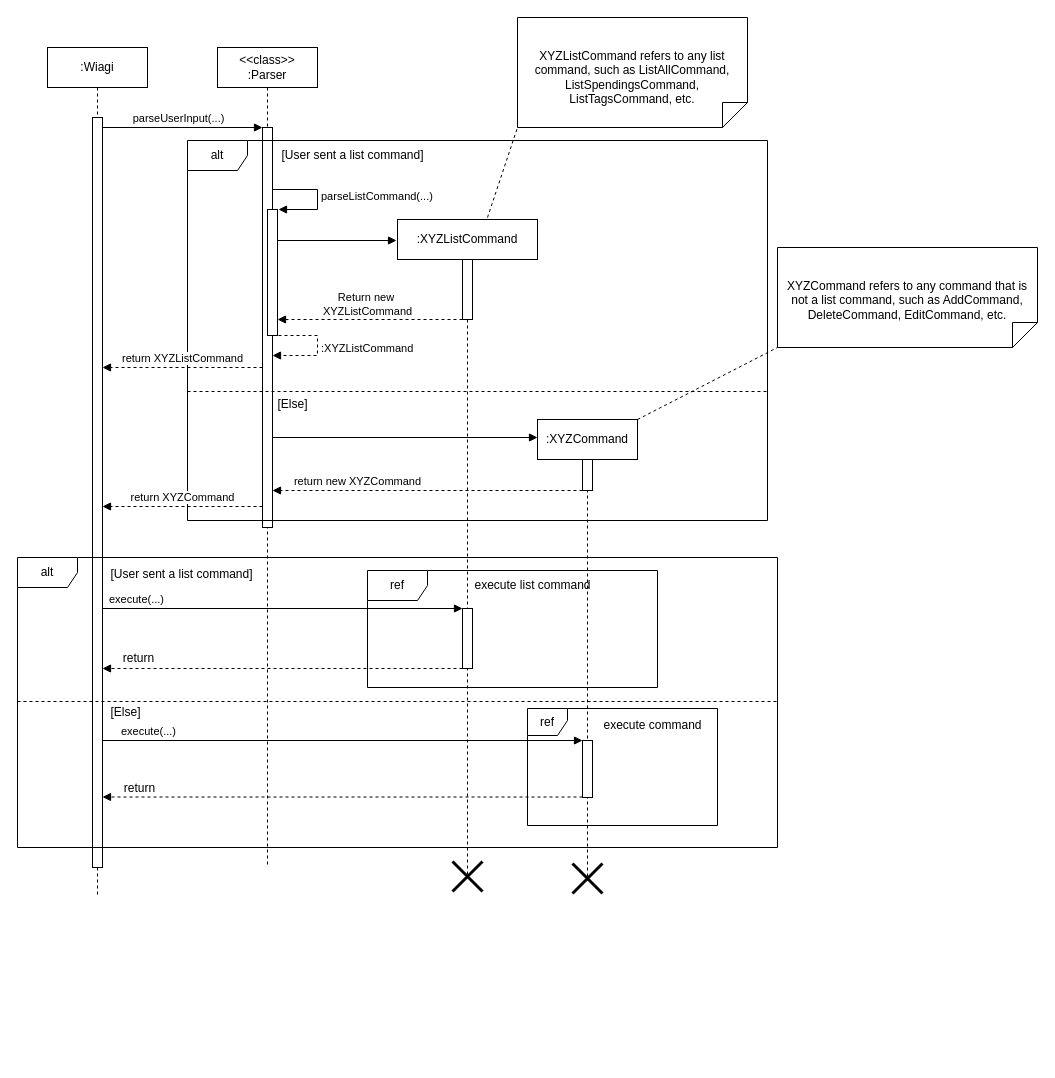
Above: docs/Diagrams/Commands/commandHandling.drawio in wongwh2002/CS2113TeamProject (draw.io), before the change. Source tidied: cells renumbered, new cells numbered last; positions are measured from the earlier drawing's top-left corner, leaving out a move shared by most shapes. Both pictures are drawn from the tidied source at 100%, with x=0, y=0 at pixel (17, 17).
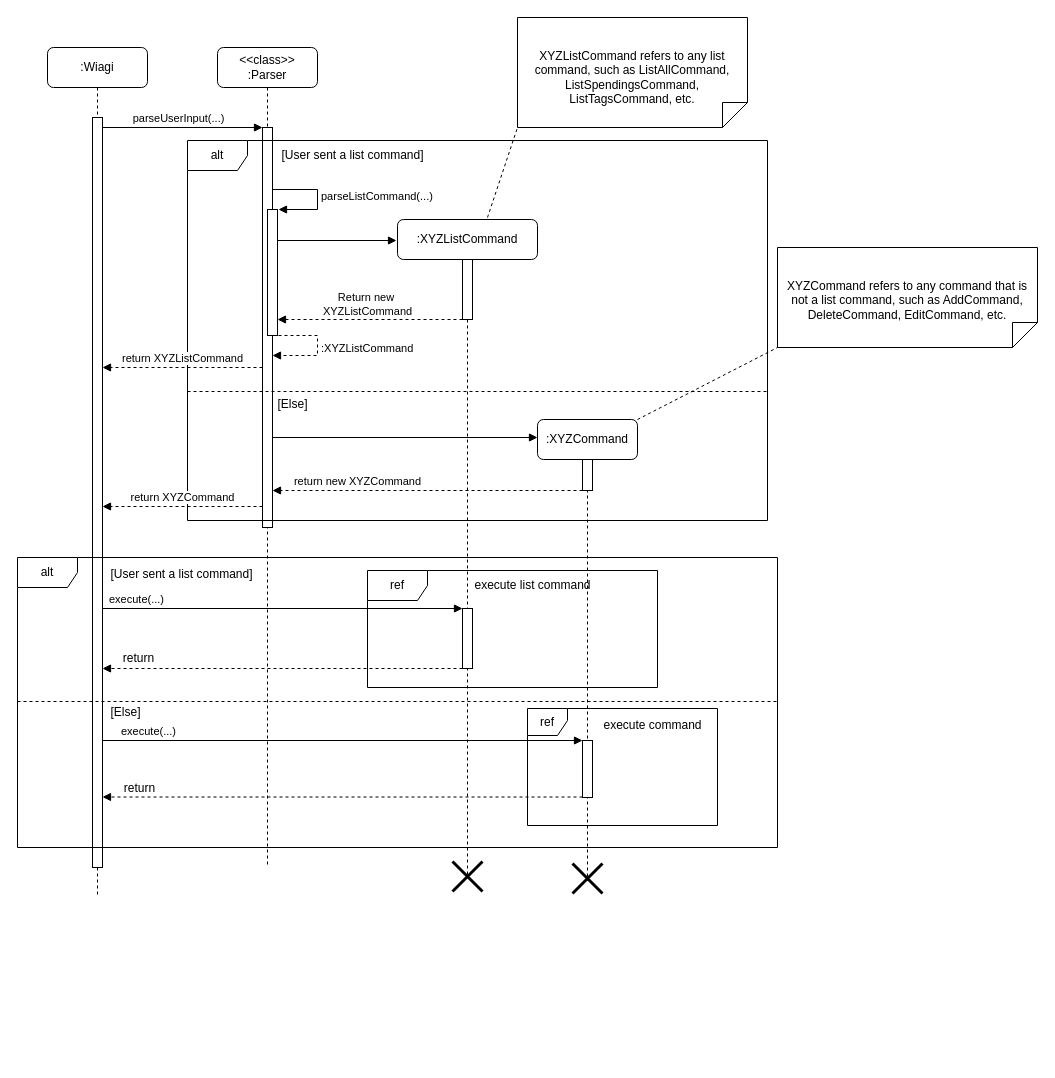
After the change.

The change refers to these unchanged cells:
```xml
<mxCell id="21" style="group;" parent="1" vertex="1">
  <mxGeometry x="170" y="123" width="580" height="920" as="geometry" />
</mxCell>
```

What changed in the source:
```diff
@@
-    <mxCell id="2" value=":Wiagi" style="shape=umlLifeline;perimeter=lifelinePerimeter;whiteSpace=wrap;html=1;newEdgeStyle={&quot;edgeStyle&quot;:&quot;elbowEdgeStyle&quot;,&quot;elbow&quot;:&quot;vertical&quot;,&quot;curved&quot;:0,&quot;rounded&quot;:0};rounded=0;" parent="1" vertex="1">
+    <mxCell id="2" value=":Wiagi" style="shape=umlLifeline;perimeter=lifelinePerimeter;whiteSpace=wrap;html=1;newEdgeStyle={&quot;edgeStyle&quot;:&quot;elbowEdgeStyle&quot;,&quot;elbow&quot;:&quot;vertical&quot;,&quot;curved&quot;:0,&quot;rounded&quot;:0};rounded=1;" parent="1" vertex="1">
       <mxGeometry x="30" y="30" width="100" height="850" as="geometry" />
     </mxCell>
@@
-    <mxCell id="5" value="&lt;div&gt;&amp;lt;&amp;lt;class&amp;gt;&amp;gt;&lt;/div&gt;:Parser" style="shape=umlLifeline;rounded=0;perimeter=lifelinePerimeter;whiteSpace=wrap;html=1;newEdgeStyle={&quot;edgeStyle&quot;:&quot;elbowEdgeStyle&quot;,&quot;elbow&quot;:&quot;vertical&quot;,&quot;curved&quot;:0,&quot;rounded&quot;:0};" parent="1" vertex="1">
+    <mxCell id="5" value="&lt;div&gt;&amp;lt;&amp;lt;class&amp;gt;&amp;gt;&lt;/div&gt;:Parser" style="shape=umlLifeline;rounded=1;perimeter=lifelinePerimeter;whiteSpace=wrap;html=1;newEdgeStyle={&quot;edgeStyle&quot;:&quot;elbowEdgeStyle&quot;,&quot;elbow&quot;:&quot;vertical&quot;,&quot;curved&quot;:0,&quot;rounded&quot;:0};" parent="1" vertex="1">
       <mxGeometry x="200" y="30" width="100" height="820" as="geometry" />
     </mxCell>
@@
-    <mxCell id="12" value=":XYZListCommand" style="shape=umlLifeline;perimeter=lifelinePerimeter;whiteSpace=wrap;html=1;newEdgeStyle={&quot;curved&quot;:0,&quot;rounded&quot;:0};rounded=0;" parent="1" vertex="1">
+    <mxCell id="12" value=":XYZListCommand" style="shape=umlLifeline;perimeter=lifelinePerimeter;whiteSpace=wrap;html=1;newEdgeStyle={&quot;curved&quot;:0,&quot;rounded&quot;:0};rounded=1;" parent="1" vertex="1">
       <mxGeometry x="380" y="202" width="140" height="658" as="geometry" />
     </mxCell>
@@
-    <mxCell id="26" value=":XYZCommand" style="shape=umlLifeline;perimeter=lifelinePerimeter;whiteSpace=wrap;html=1;newEdgeStyle={&quot;curved&quot;:0,&quot;rounded&quot;:0};" parent="21" vertex="1">
+    <mxCell id="26" value=":XYZCommand" style="shape=umlLifeline;perimeter=lifelinePerimeter;whiteSpace=wrap;html=1;newEdgeStyle={&quot;curved&quot;:0,&quot;rounded&quot;:0};rounded=1;" parent="21" vertex="1">
       <mxGeometry x="350" y="279" width="100" height="461" as="geometry" />
     </mxCell>
```
